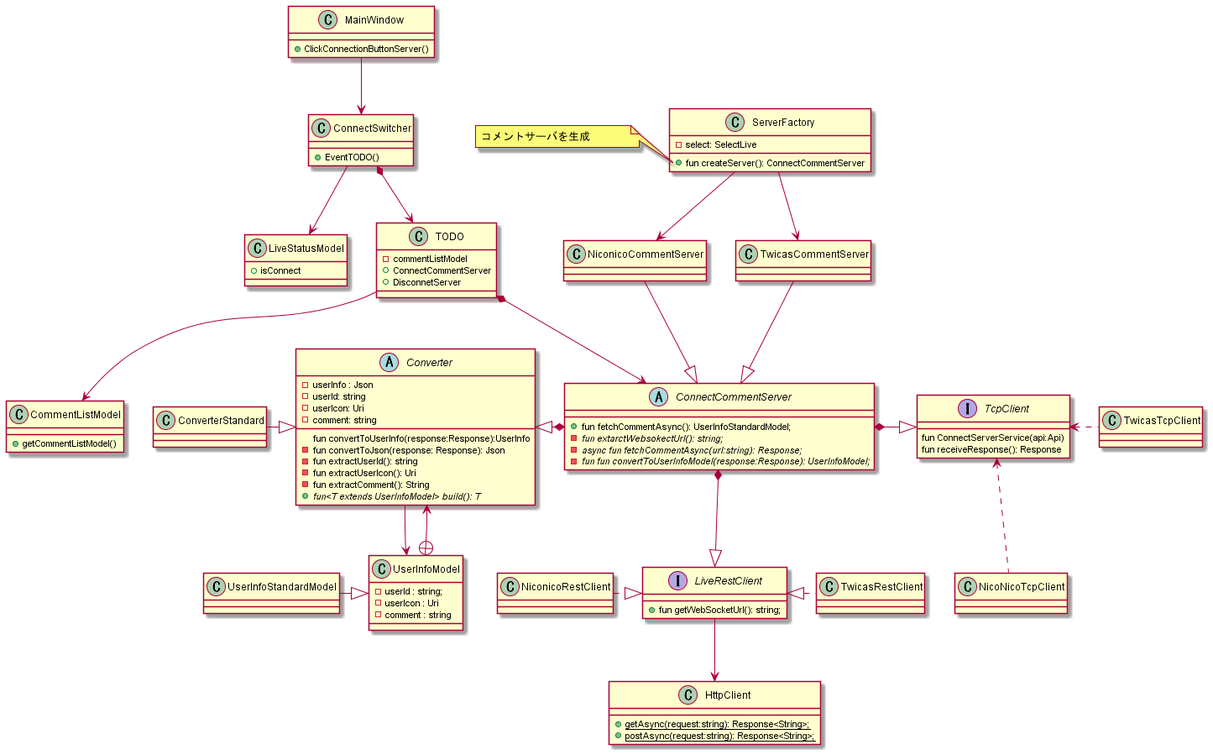
Before: out/ultra-comment-viewer/class-design/model/fetch-comment/コメント取得クラス図.png, a diagram exported from PlantUML (elm-niconico/AppDesign). Source of this version:
```plantuml
@startuml コメント取得クラス図


    class MainWindow{
      +  ClickConnectionButtonServer()
    }
    class LiveStatusModel{
        + isConnect
    }
    class CommentListModel{
        + getCommentListModel()
    }
    class TODO{
        - commentListModel
        + ConnectCommentServer
        + DisconnetServer
    }
    class ConnectSwitcher{
        + EventTODO()

    }
    TODO --> CommentListModel
    MainWindow --> ConnectSwitcher
    TODO *--> ConnectCommentServer
    ConnectSwitcher *--> TODO
    ConnectSwitcher --> LiveStatusModel
    interface TcpClient{
        fun ConnectServerService(api:Api)
        fun receiveResponse(): Response
    }
    class NicoNicoTcpClient{

    }
    class TwicasTcpClient{

    }


    class NiconicoCommentServer{

    }
    class TwicasCommentServer{

    }

    class ConverterStandard {
    }

    abstract class ConnectCommentServer {
        + fun fetchCommentAsync(): UserInfoStandardModel;
        - {abstract} fun extarctWebsokectUrl(): string;
        - {abstract} async fun fetchCommentAsync(url:string): Response;
        - {abstract} fun fun convertToUserInfoModel(response:Response): UserInfoModel;
    }
    note left of ServerFactory::createServer
        コメントサーバを生成
    end note


    interface LiveRestClient{
        + fun getWebSocketUrl(): string;
    }
    class NiconicoRestClient{

    }
    class HttpClient{
        + {static} getAsync(request:string): Response<String>;
        + {static} postAsync(request:string): Response<String>;
    }

    class ServerFactory{
        - select: SelectLive
        + fun createServer(): ConnectCommentServer
    }


    abstract class Converter{
        - userInfo : Json
        - userId: string
        - userIcon: Uri
        - comment: string

        fun convertToUserInfo(response:Response):UserInfo
        -  fun convertToJson(response: Response): Json
        -  fun extractUserId(): string
        -  fun extractUserIcon(): Uri
        -  fun extractComment(): String
        + {abstract} fun<T extends UserInfoModel> build(): T
    }

    class UserInfoModel{
        - userId : string;
        - userIcon : Uri
        - comment : string
    }




    ConnectCommentServer *--|> LiveRestClient
    ConnectCommentServer *-right-|> TcpClient
    ConnectCommentServer *-left-|> Converter


    UserInfoModel +--> Converter
    Converter --> UserInfoModel
    NicoNicoTcpClient .up.> TcpClient
    TwicasTcpClient .left.> TcpClient
    UserInfoStandardModel -right-|> UserInfoModel
    NiconicoRestClient .right.|> LiveRestClient
    TwicasRestClient   .left.|>  LiveRestClient
    LiveRestClient -down-> HttpClient


    ConverterStandard -right-|> Converter
    NiconicoCommentServer --|> ConnectCommentServer
    TwicasCommentServer   --|> ConnectCommentServer

    ServerFactory --> NiconicoCommentServer
    ServerFactory --> TwicasCommentServer
@enduml
```
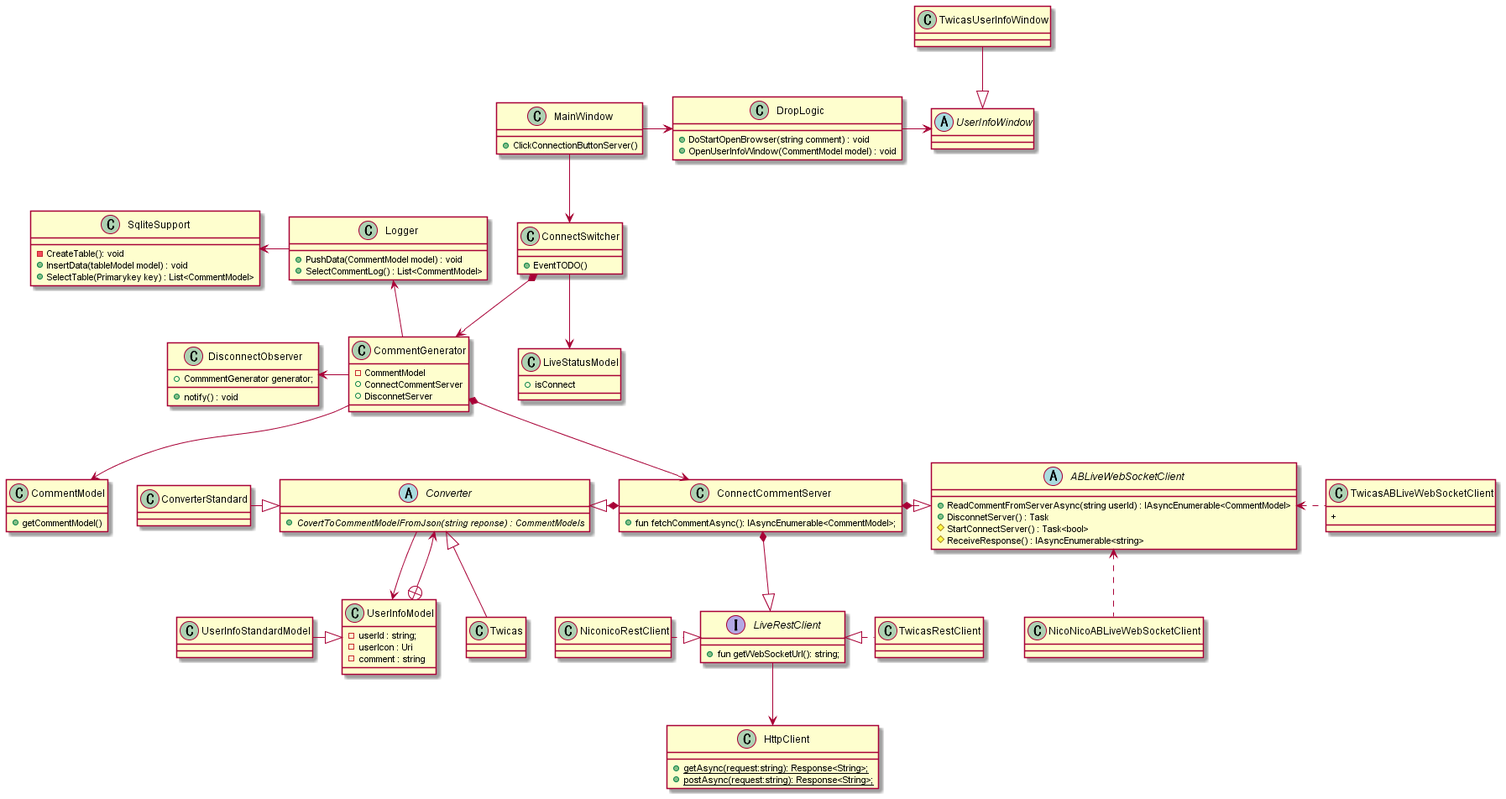
Later version of the same file.

Diff of the diagram source:
```diff
@@ -7,55 +7,72 @@
     class LiveStatusModel{
         + isConnect
     }
-    class CommentListModel{
-        + getCommentListModel()
+    class CommentModel{
+        + getCommentModel()
     }
-    class TODO{
-        - commentListModel
+    class CommentGenerator{
+        - CommentModel
         + ConnectCommentServer
         + DisconnetServer
     }
     class ConnectSwitcher{
         + EventTODO()
+    }
 
-    }
-    TODO --> CommentListModel
-    MainWindow --> ConnectSwitcher
-    TODO *--> ConnectCommentServer
-    ConnectSwitcher *--> TODO
-    ConnectSwitcher --> LiveStatusModel
-    interface TcpClient{
-        fun ConnectServerService(api:Api)
-        fun receiveResponse(): Response
-    }
-    class NicoNicoTcpClient{
-
-    }
-    class TwicasTcpClient{
+    abstract class UserInfoWindow{
 
     }
 
 
-    class NiconicoCommentServer{
+
+
+    CommentGenerator --> CommentModel
+    MainWindow --> ConnectSwitcher
+    CommentGenerator *--> ConnectCommentServer
+    ConnectSwitcher *--> CommentGenerator
+    ConnectSwitcher --> LiveStatusModel
+    abstract class ABLiveWebSocketClient{
+        + ReadCommentFromServerAsync(string userId) : IAsyncEnumerable<CommentModel>
+        + DisconnetServer() : Task
+        # StartConnectServer() : Task<bool>
+        # ReceiveResponse() : IAsyncEnumerable<string>
+    }
+
+    class NicoNicoABLiveWebSocketClient{
 
     }
-    class TwicasCommentServer{
+    class TwicasABLiveWebSocketClient{
+        +
+    }
+
+    class SqliteSupport{
+        - CreateTable(): void
+        + InsertData(tableModel model) : void
+        + SelectTable(Primarykey key) : List<CommentModel>
+    }
+
+    class Logger{
+        + PushData(CommentModel model) : void
+        + SelectCommentLog() : List<CommentModel>
+    }
+
+
+    class DisconnectObserver{
+        + CommmentGenerator generator;
+        + notify() : void
+    }
+    CommentGenerator -left-> DisconnectObserver
+
+    class ConnectCommentServer {
+        + fun fetchCommentAsync(): IAsyncEnumerable<CommentModel>;
 
     }
 
-    class ConverterStandard {
+    class DropLogic{
+        + DoStartOpenBrowser(string comment) : void
+        + OpenUserInfoWindow(CommentModel model) : void
+
     }
-
-    abstract class ConnectCommentServer {
-        + fun fetchCommentAsync(): UserInfoStandardModel;
-        - {abstract} fun extarctWebsokectUrl(): string;
-        - {abstract} async fun fetchCommentAsync(url:string): Response;
-        - {abstract} fun fun convertToUserInfoModel(response:Response): UserInfoModel;
-    }
-    note left of ServerFactory::createServer
-        コメントサーバを生成
-    end note
-
 
     interface LiveRestClient{
         + fun getWebSocketUrl(): string;
@@ -68,25 +85,10 @@
         + {static} postAsync(request:string): Response<String>;
     }
 
-    class ServerFactory{
-        - select: SelectLive
-        + fun createServer(): ConnectCommentServer
+    abstract class Converter{
+        + {abstract} CovertToCommentModelFromJson(string reponse) : CommentModels
     }
-
-
-    abstract class Converter{
-        - userInfo : Json
-        - userId: string
-        - userIcon: Uri
-        - comment: string
-
-        fun convertToUserInfo(response:Response):UserInfo
-        -  fun convertToJson(response: Response): Json
-        -  fun extractUserId(): string
-        -  fun extractUserIcon(): Uri
-        -  fun extractComment(): String
-        + {abstract} fun<T extends UserInfoModel> build(): T
-    }
+    Converter <|-- Twicas
 
     class UserInfoModel{
         - userId : string;
@@ -94,28 +96,30 @@
         - comment : string
     }
 
-
-
-
     ConnectCommentServer *--|> LiveRestClient
-    ConnectCommentServer *-right-|> TcpClient
+    ConnectCommentServer *-right-|> ABLiveWebSocketClient
     ConnectCommentServer *-left-|> Converter
 
 
     UserInfoModel +--> Converter
     Converter --> UserInfoModel
-    NicoNicoTcpClient .up.> TcpClient
-    TwicasTcpClient .left.> TcpClient
+    NicoNicoABLiveWebSocketClient .up.> ABLiveWebSocketClient
+    TwicasABLiveWebSocketClient .left.> ABLiveWebSocketClient
     UserInfoStandardModel -right-|> UserInfoModel
     NiconicoRestClient .right.|> LiveRestClient
     TwicasRestClient   .left.|>  LiveRestClient
     LiveRestClient -down-> HttpClient
 
+    ConverterStandard -right-|> Converter
 
-    ConverterStandard -right-|> Converter
-    NiconicoCommentServer --|> ConnectCommentServer
-    TwicasCommentServer   --|> ConnectCommentServer
+    CommentGenerator -up-> Logger
+    Logger -left-> SqliteSupport
 
-    ServerFactory --> NiconicoCommentServer
-    ServerFactory --> TwicasCommentServer
+    MainWindow -right-> DropLogic
+    DropLogic -right-> UserInfoWindow
+
+    TwicasUserInfoWindow --|> UserInfoWindow
+
+
+
 @enduml
```
